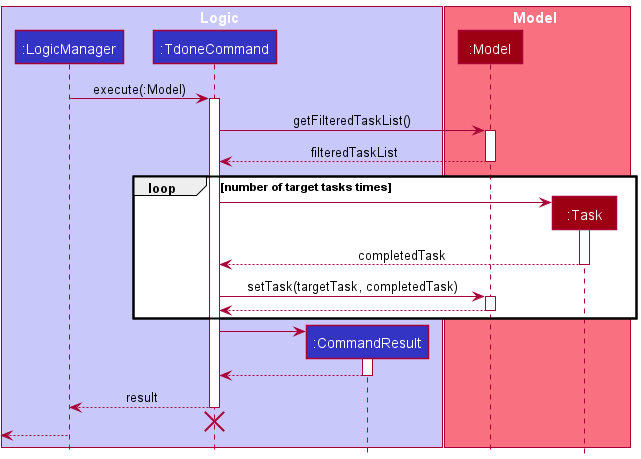
nus-cs2103-AY2122S1/tp keeps this PlantUML diagram as docs/images/task/TaskDoneSequenceDiagram.png. Above is the earlier version. The source it was exported from:
```plantuml
@startuml
!include ../style.puml

box Logic LOGIC_COLOR_T1
participant ":LogicManager" as LogicManager LOGIC_COLOR
participant ":TdoneCommand" as TdoneCommand LOGIC_COLOR
participant ":CommandResult" as CommandResult LOGIC_COLOR
end box

box Model MODEL_COLOR_T1
participant ":Model" as Model MODEL_COLOR
participant ":Task" as Task MODEL_COLOR
end box

LogicManager -> TdoneCommand : execute(:Model)
activate TdoneCommand

TdoneCommand -> Model : getFilteredTaskList()
activate Model

Model --> TdoneCommand : filteredTaskList
deactivate Model

loop number of target tasks times

create Task
TdoneCommand -> Task
activate Task

Task --> TdoneCommand : completedTask
deactivate Task

TdoneCommand -> Model : setTask(targetTask, completedTask)
activate Model

Model --> TdoneCommand
deactivate Model
end loop

create CommandResult
TdoneCommand -> CommandResult
activate CommandResult

CommandResult --> TdoneCommand
deactivate CommandResult

TdoneCommand --> LogicManager : result
deactivate TdoneCommand

TdoneCommand -[hidden]-> LogicManager
destroy TdoneCommand

[<--LogicManager
deactivate LogicManager
@enduml
```
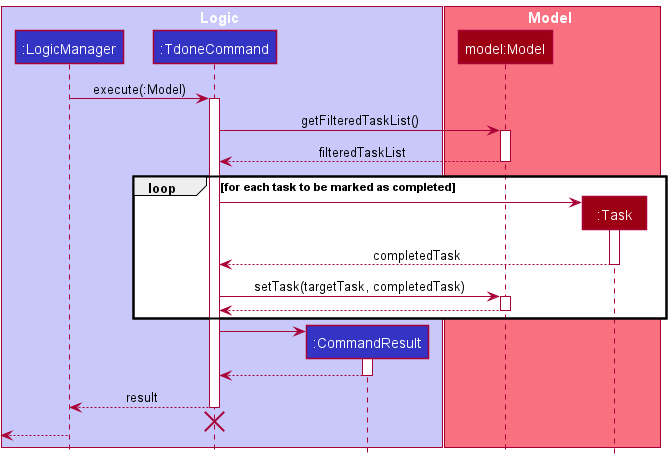
Later version of the same file.

Commit message:
Add maunal testing guide for task

The edit, as a diff of the source:
```diff
@@ -8,7 +8,7 @@
 end box
 
 box Model MODEL_COLOR_T1
-participant ":Model" as Model MODEL_COLOR
+participant "model:Model" as Model MODEL_COLOR
 participant ":Task" as Task MODEL_COLOR
 end box
 
@@ -21,7 +21,7 @@
 Model --> TdoneCommand : filteredTaskList
 deactivate Model
 
-loop number of target tasks times
+loop for each task to be marked as completed
 
 create Task
 TdoneCommand -> Task
```
